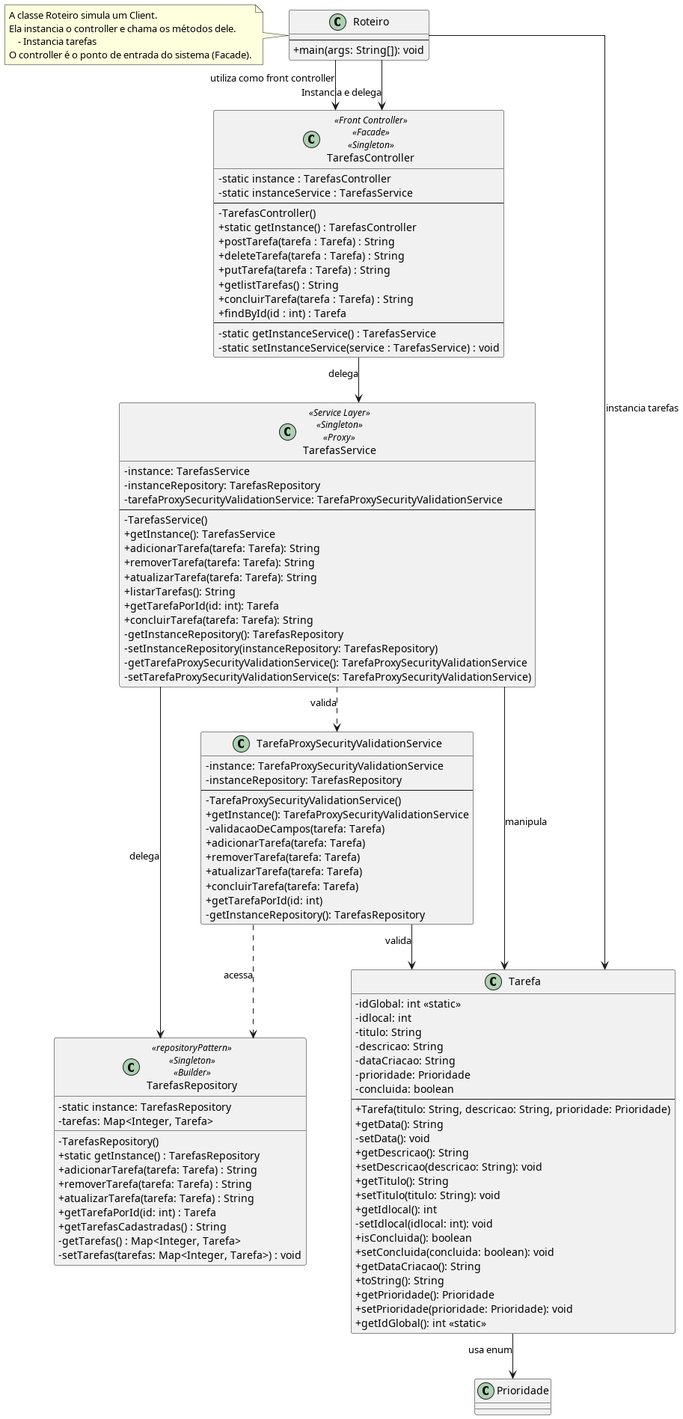
Above: out/estruturasUmls/arquitetura/arquitetura/arquitetura.png in MrJabes762/Sistema-de-Gerenciamento-de-Tarefas (PlantUML), before the change.
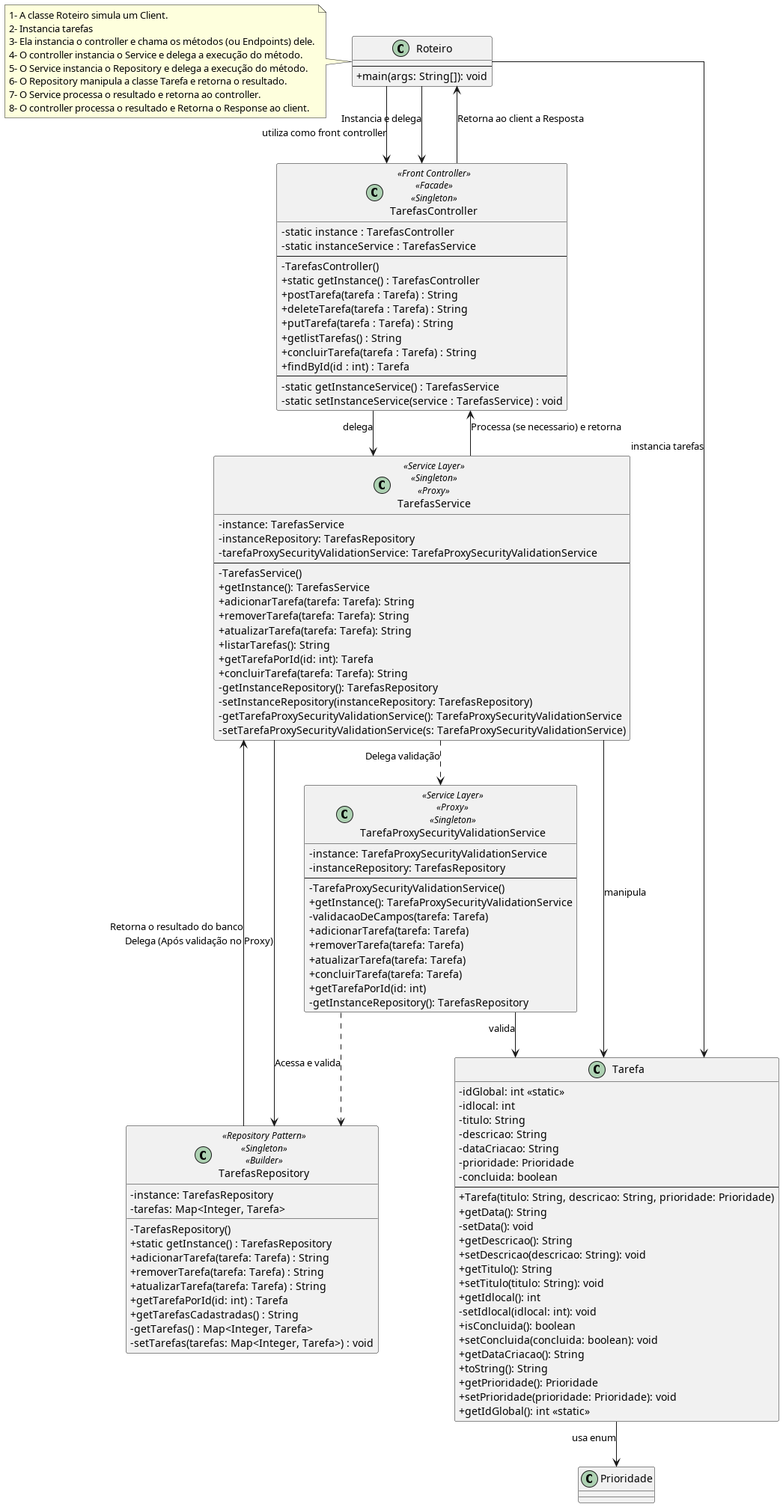
After the change.

The edit, as a diff of the source:
```diff
@@ -10,20 +10,24 @@
 !include estruturasUmls/java/service/estruturaTarefaProxy.puml
 
 Roteiro --> TarefasController :  Instancia e delega
-
 TarefasController --> TarefasService : delega
-
 TarefasService --> Tarefa : manipula
-TarefasService ..> TarefaProxySecurityValidationService : valida
-TarefasService --> TarefasRepository : delega
-
-TarefaProxySecurityValidationService ..> TarefasRepository : acessa
+TarefasService ..> TarefaProxySecurityValidationService : Delega validação
+TarefasService --> TarefasRepository : Delega (Após validação no Proxy)
+TarefaProxySecurityValidationService ..> TarefasRepository :  Acessa e valida
 TarefaProxySecurityValidationService --> Tarefa : valida
 
+TarefasRepository --> TarefasService : Retorna o resultado do banco
+TarefasService --> TarefasController : Processa (se necessario) e retorna
+TarefasController --> Roteiro : Retorna ao client a Resposta
 note left of Roteiro
-    A classe Roteiro simula um Client.
-    Ela instancia o controller e chama os métodos dele.
-        - Instancia tarefas
-    O controller é o ponto de entrada do sistema (Facade).
+    1- A classe Roteiro simula um Client.
+    2- Instancia tarefas
+    3- Ela instancia o controller e chama os métodos (ou Endpoints) dele.
+    4- O controller instancia o Service e delega a execução do método.
+    5- O Service instancia o Repository e delega a execução do método.
+    6- O Repository manipula a classe Tarefa e retorna o resultado.
+    7- O Service processa o resultado e retorna ao controller.
+    8- O controller processa o resultado e Retorna o Response ao client.
 end note
 @enduml
```
